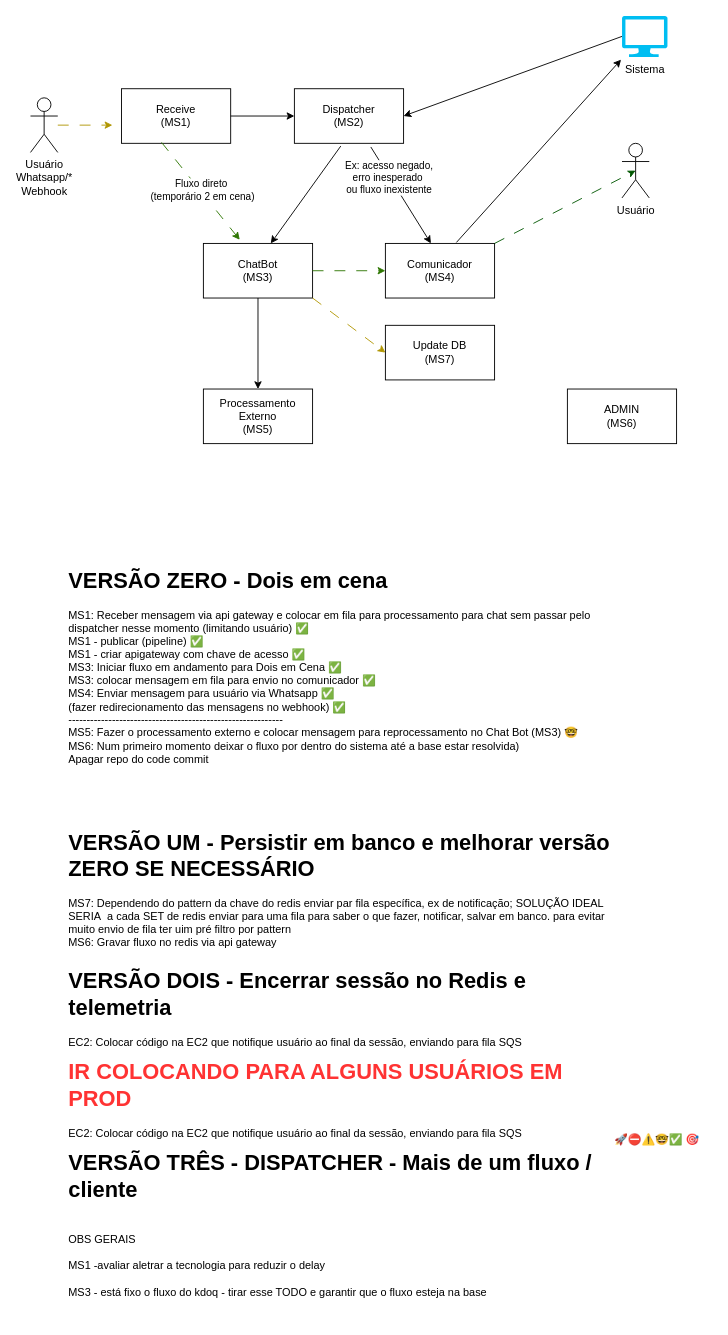
Earlier version of the draw.io diagram fluxo-geral.drawio (LeoKvra/zappa-docs). Source tidied: cells renumbered, new cells numbered last; positions are measured from the earlier drawing's top-left corner, leaving out a move shared by most shapes. Both pictures are drawn from the tidied source at 91%, with x=0, y=0 at pixel (30, 15).
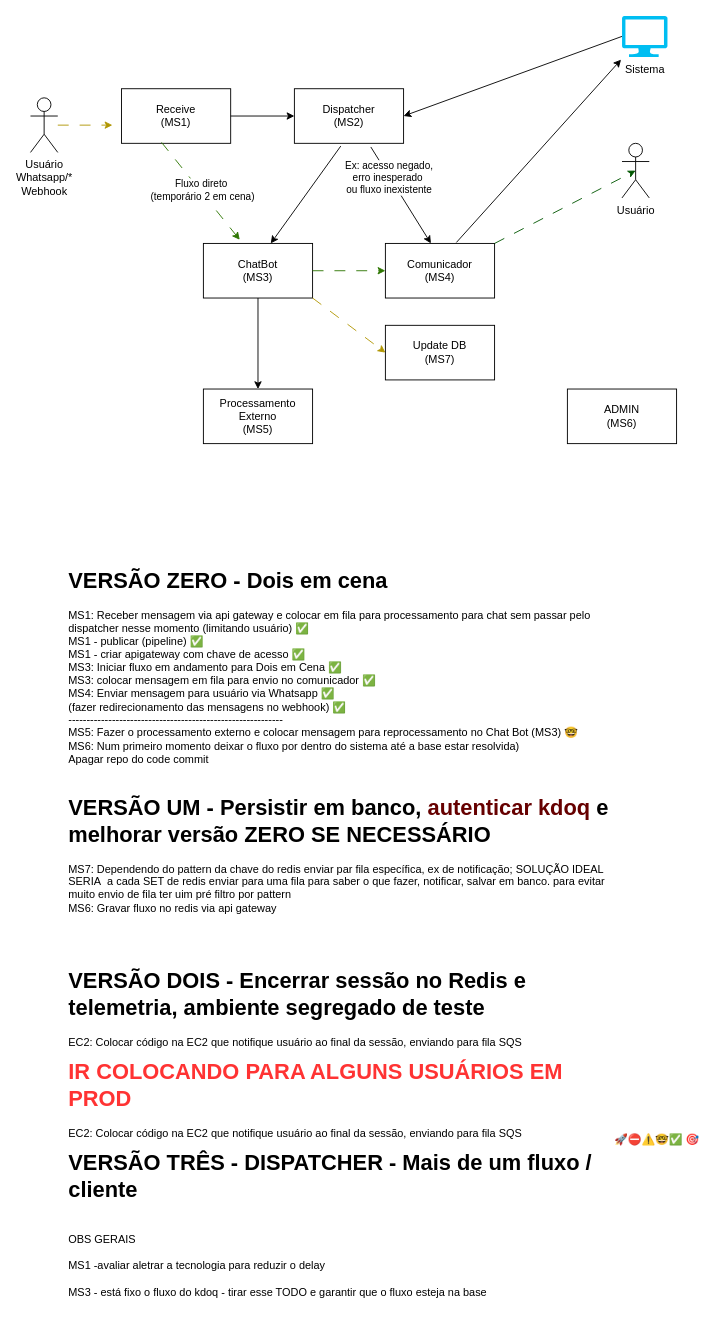
Above is the later version.

What changed in the source:
```diff
@@
-    <mxCell id="29" value="&lt;h1 style=&quot;margin-top: 0px;&quot;&gt;VERSÃO UM - Persistir em banco e melhorar versão ZERO SE NECESSÁRIO&lt;/h1&gt;&lt;div&gt;MS7: Dependendo do pattern da chave do redis enviar par fila específica, ex de notificação; SOLUÇÃO IDEAL SERIA&amp;nbsp; a cada SET de redis enviar para uma fila para saber o que fazer, notificar, salvar em banco. para evitar muito envio de fila ter uim pré filtro por pattern&lt;br&gt;MS6: Gravar fluxo no redis via api gateway&lt;br&gt;&lt;/div&gt;" style="text;html=1;whiteSpace=wrap;overflow=hidden;rounded=0;" parent="1" vertex="1">
-      <mxGeometry x="40" y="888" width="620" height="142" as="geometry" />
+    <mxCell id="29" value="&lt;h1 style=&quot;margin-top: 0px;&quot;&gt;VERSÃO UM - Persistir em banco, &lt;font style=&quot;background-color: rgb(255, 255, 255);&quot; color=&quot;#660000&quot;&gt;autenticar kdoq&lt;/font&gt; e melhorar versão ZERO SE NECESSÁRIO&lt;/h1&gt;&lt;div&gt;MS7: Dependendo do pattern da chave do redis enviar par fila específica, ex de notificação; SOLUÇÃO IDEAL SERIA&amp;nbsp; a cada SET de redis enviar para uma fila para saber o que fazer, notificar, salvar em banco. para evitar muito envio de fila ter uim pré filtro por pattern&lt;br&gt;MS6: Gravar fluxo no redis via api gateway&lt;br&gt;&lt;/div&gt;" style="text;html=1;whiteSpace=wrap;overflow=hidden;rounded=0;" parent="1" vertex="1">
+      <mxGeometry x="40" y="850" width="620" height="180" as="geometry" />
     </mxCell>
-    <mxCell id="30" value="&lt;h1 style=&quot;margin-top: 0px;&quot;&gt;VERSÃO DOIS - Encerrar sessão no Redis e telemetria&lt;/h1&gt;&lt;div&gt;EC2: Colocar código na EC2 que notifique usuário ao final da sessão, enviando para fila SQS&lt;/div&gt;" style="text;html=1;whiteSpace=wrap;overflow=hidden;rounded=0;" parent="1" vertex="1">
+    <mxCell id="30" value="&lt;h1 style=&quot;margin-top: 0px;&quot;&gt;VERSÃO DOIS - Encerrar sessão no Redis e telemetria, ambiente segregado de teste&lt;/h1&gt;&lt;div&gt;EC2: Colocar código na EC2 que notifique usuário ao final da sessão, enviando para fila SQS&lt;/div&gt;" style="text;html=1;whiteSpace=wrap;overflow=hidden;rounded=0;" parent="1" vertex="1">
       <mxGeometry x="40" y="1040" width="620" height="102" as="geometry" />
     </mxCell>
```
